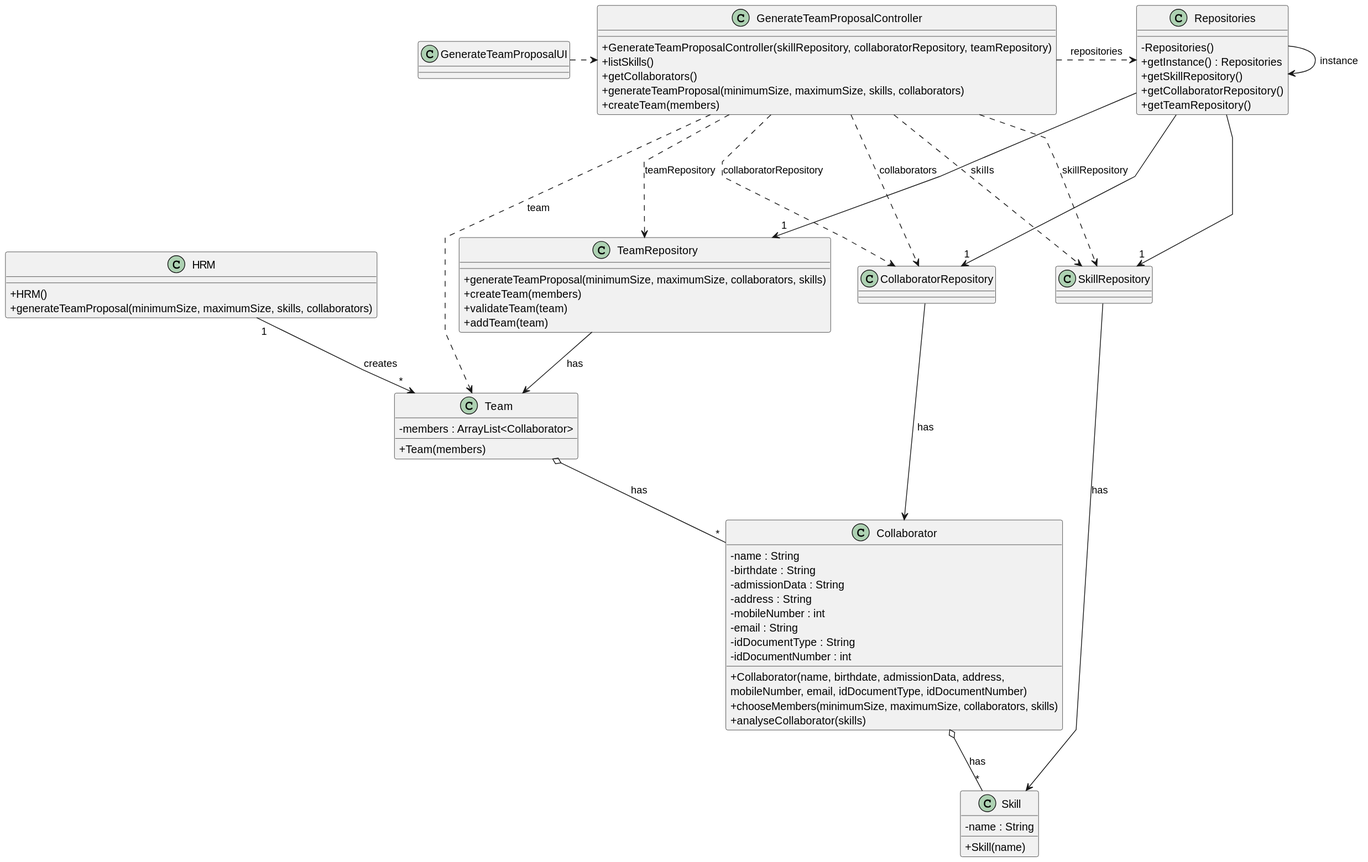
The PlantUML diagram docs/sprintB/us005/03.design/svg/us005-class-diagram.svg in diogoveirospro/lei-24-s2-1dg-g072, before a commit.
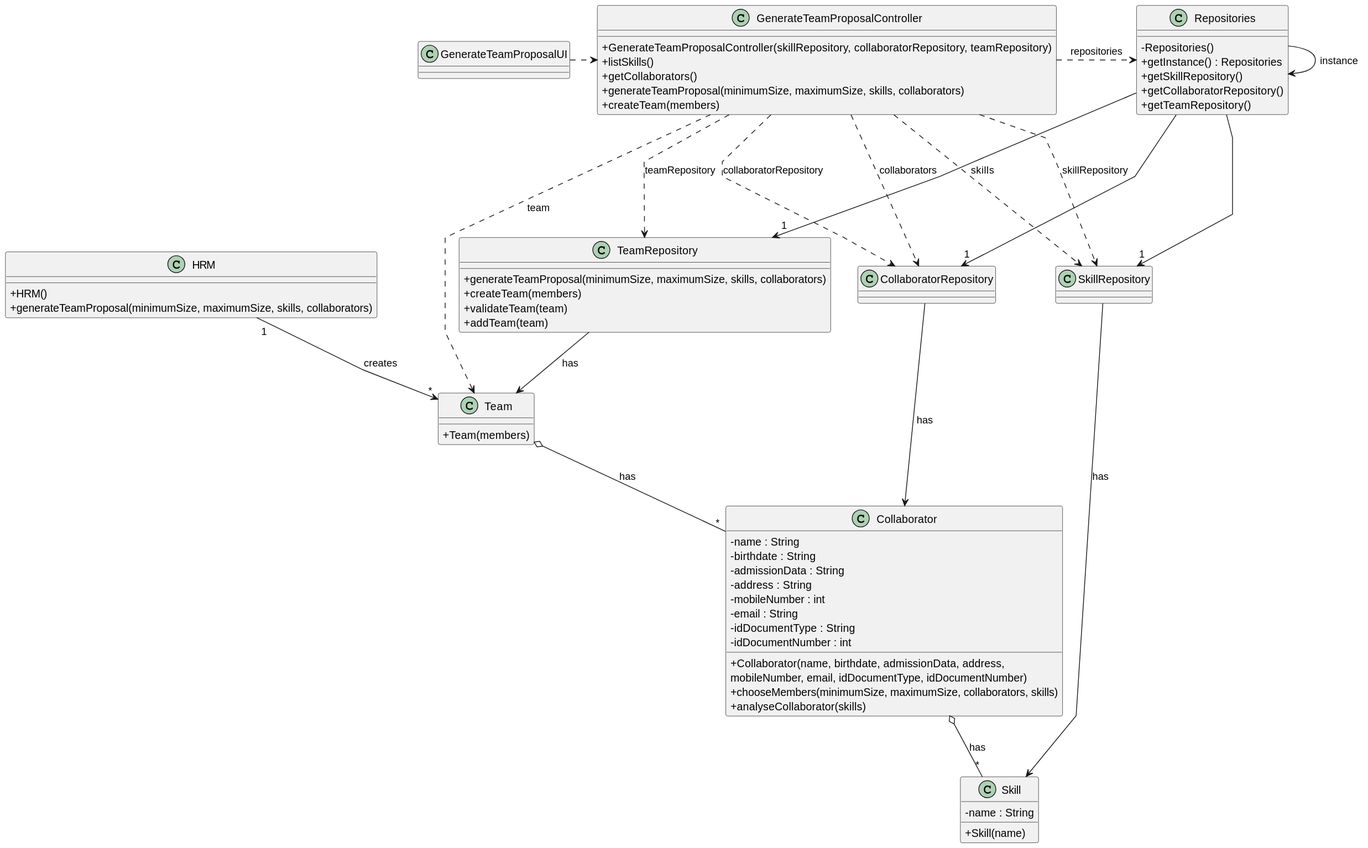
The same file after the commit.

Diff of the diagram source:
```diff
@@ -41,14 +41,13 @@
 }
 
 class TeamRepository {
-    + generateTeamProposal(minimumSize, maximumSize, collaborators, skills)
+    + generateTeamProposal(minimumSize, maximumSize, skills, collaborators)
     + createTeam(members)
     + validateTeam(team)
     + addTeam(team)
 }
 
 class Team {
-    - members : ArrayList<Collaborator>
     + Team(members)
 }
 
```
